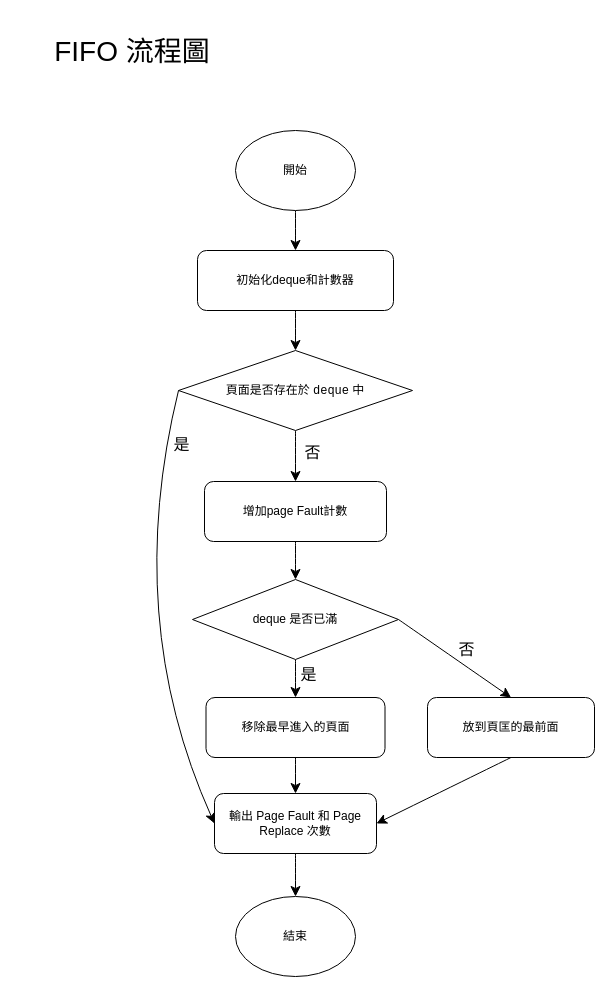
Before: FIFO.drawio in Tsengbrian92/OS-schedule, a draw.io diagram. Source tidied: cells renumbered, new cells numbered last; positions are measured from the earlier drawing's top-left corner, leaving out a move shared by most shapes. Both pictures are drawn from the tidied source at 100%, with x=0, y=0 at pixel (17, 17).
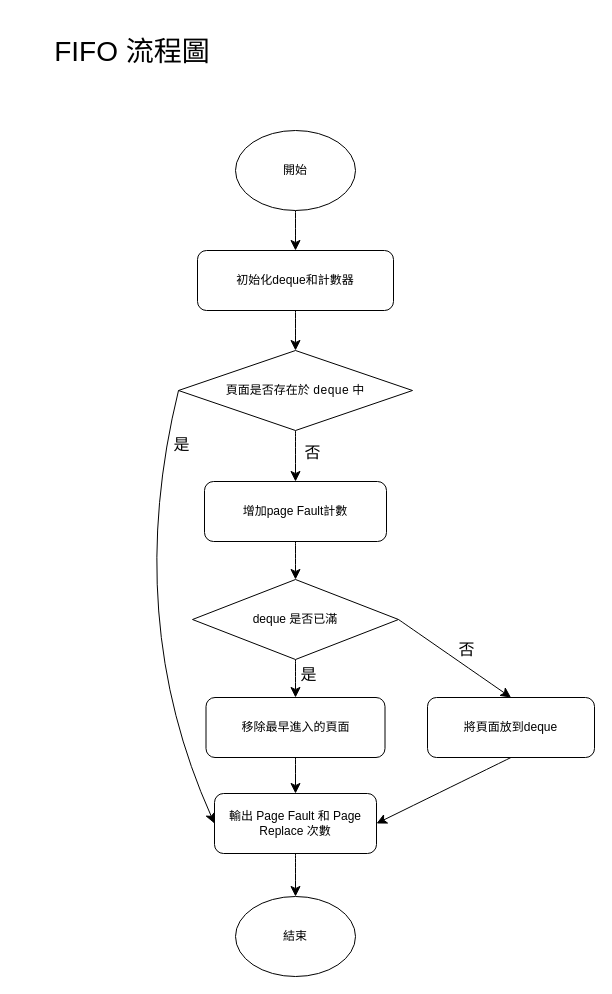
The same page after the edit.

Change to the diagram source:
```diff
@@
-    <mxCell id="19" value="放到頁匡的最前面" style="rounded=1;whiteSpace=wrap;html=1;" parent="1" vertex="1">
+    <mxCell id="19" value="將頁面放到deque" style="rounded=1;whiteSpace=wrap;html=1;" parent="1" vertex="1">
       <mxGeometry x="410" y="680" width="167" height="60" as="geometry" />
     </mxCell>
```
